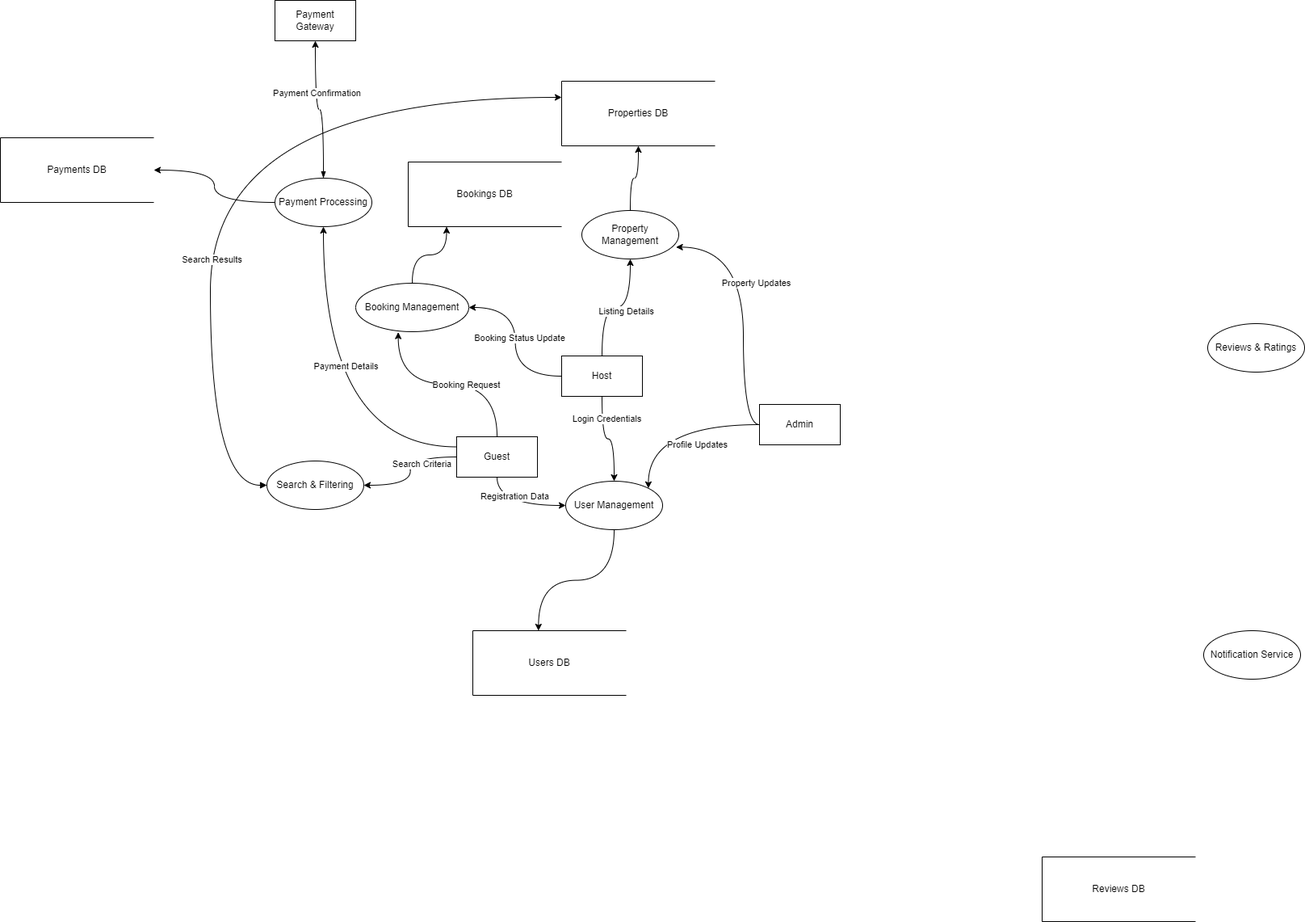
The draw.io diagram data-flow-diagram/Airbnb-Clone-Data-Flow-Diagram.drawio.png in patcreator/alx-airbnb-project-documentation, before a commit. Source tidied: cells renumbered, new cells last; positions are measured from the earlier drawing's top-left corner, leaving out a move shared by most shapes.
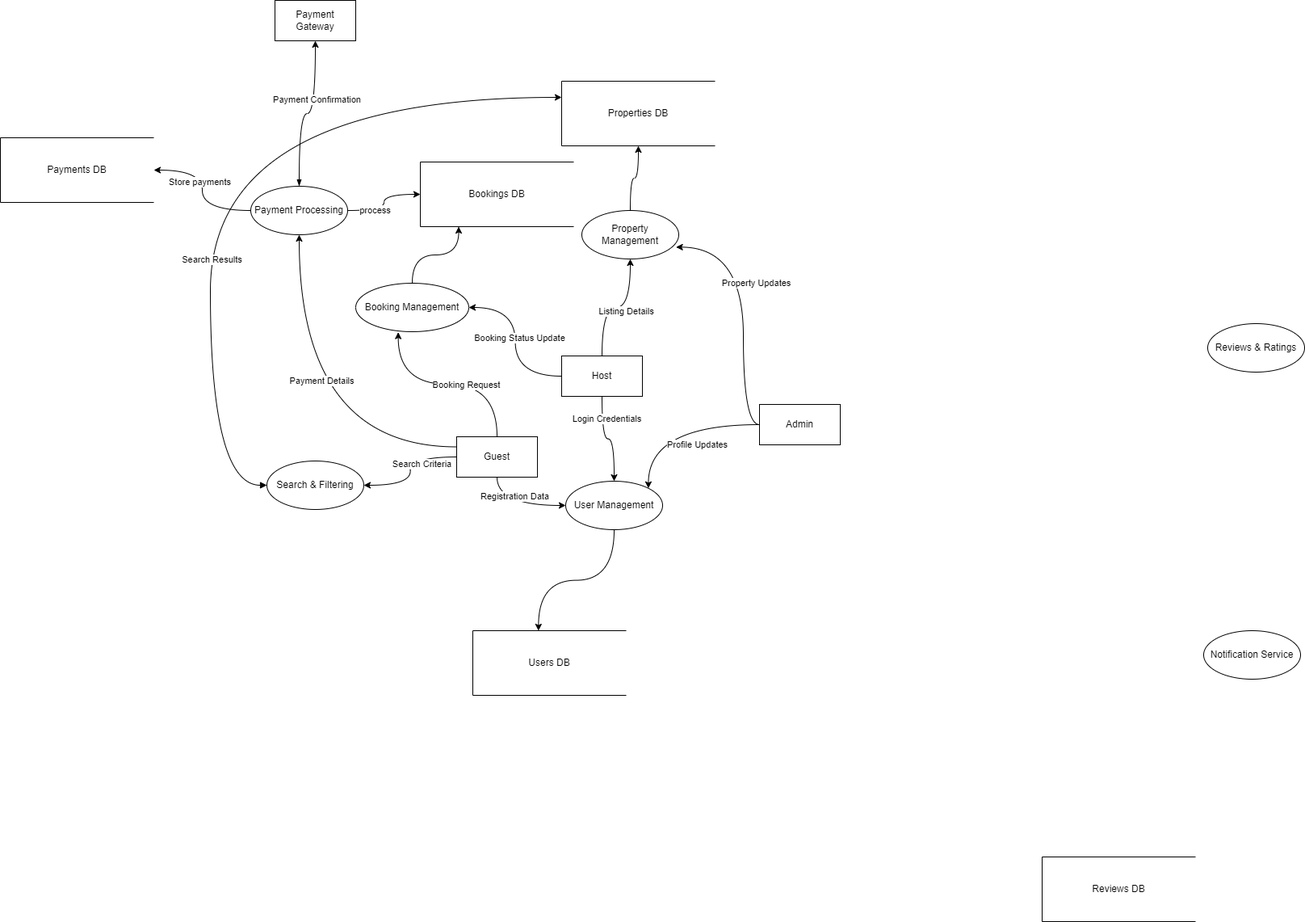
Above is the later version.

The edit, as a diff of the source:
```diff
@@ -94,8 +94,19 @@
     <mxCell id="28" style="edgeStyle=orthogonalEdgeStyle;rounded=0;jettySize=auto;html=1;exitX=0;exitY=0.5;exitDx=0;exitDy=0;entryX=1;entryY=0.5;entryDx=0;entryDy=0;curved=1;" parent="1" edge="1" source="29" target="43">
       <mxGeometry relative="1" as="geometry" />
     </mxCell>
+    <mxCell id="44" value="Store payments" style="edgeLabel;html=1;align=center;verticalAlign=middle;" parent="28" vertex="1">
+      <mxGeometry x="0.14" y="4" relative="1" as="geometry" />
+    </mxCell>
+    <mxCell id="45" style="edgeStyle=orthogonalEdgeStyle;rounded=0;jettySize=auto;html=1;exitX=1;exitY=0.5;exitDx=0;exitDy=0;curved=1;" parent="1" edge="1" source="29" target="34">
+      <mxGeometry relative="1" as="geometry" />
+    </mxCell>
+    <mxCell id="46" value="process" style="edgeLabel;html=1;align=center;verticalAlign=middle;" parent="45" vertex="1">
+      <mxGeometry x="-0.39" y="1" relative="1" as="geometry">
+        <mxPoint x="-1" as="offset" />
+      </mxGeometry>
+    </mxCell>
     <mxCell id="29" value="&lt;div&gt;Payment Processing&lt;/div&gt;" style="rounded=1;whiteSpace=wrap;html=1;shape=ellipse;perimeter=ellipsePerimeter;" parent="1" vertex="1">
-      <mxGeometry x="340" y="220" width="120" height="60" as="geometry" />
+      <mxGeometry x="310" y="230" width="120" height="60" as="geometry" />
     </mxCell>
     <mxCell id="30" value="&lt;div&gt;Reviews &amp;amp; Ratings&lt;/div&gt;" style="rounded=1;whiteSpace=wrap;html=1;shape=ellipse;perimeter=ellipsePerimeter;" parent="1" vertex="1">
       <mxGeometry x="1495" y="400" width="120" height="60" as="geometry" />
@@ -110,7 +121,7 @@
       <mxGeometry x="695" y="100" width="190" height="80" as="geometry" />
     </mxCell>
     <mxCell id="34" value="&lt;div&gt;Bookings DB&lt;/div&gt;" style="html=1;dashed=0;whiteSpace=wrap;shape=partialRectangle;right=0;" parent="1" vertex="1">
-      <mxGeometry x="505" y="200" width="190" height="80" as="geometry" />
+      <mxGeometry x="520" y="200" width="190" height="80" as="geometry" />
     </mxCell>
     <mxCell id="35" value="&lt;div&gt;Reviews DB&lt;/div&gt;" style="html=1;dashed=0;whiteSpace=wrap;shape=partialRectangle;right=0;" parent="1" vertex="1">
       <mxGeometry x="1290" y="1060" width="190" height="80" as="geometry" />
@@ -135,7 +146,7 @@
     <mxCell id="40" value="Booking Request" style="edgeLabel;html=1;align=center;verticalAlign=middle;" parent="39" vertex="1">
       <mxGeometry x="-0.17" relative="1" as="geometry" />
     </mxCell>
-    <mxCell id="41" style="edgeStyle=orthogonalEdgeStyle;rounded=0;jettySize=auto;html=1;entryX=0.5;entryY=1;entryDx=0;entryDy=0;curved=1;startArrow=blockThin;startFill=1;" parent="1" edge="1" source="29" target="19">
+    <mxCell id="41" style="edgeStyle=orthogonalEdgeStyle;rounded=0;jettySize=auto;html=1;entryX=0.5;entryY=1;entryDx=0;entryDy=0;curved=1;startArrow=blockThin;startFill=1;endArrow=classic;endFill=1;" parent="1" edge="1" source="29" target="19">
       <mxGeometry relative="1" as="geometry" />
     </mxCell>
     <mxCell id="42" value="Payment Confirmation" style="edgeLabel;html=1;align=center;verticalAlign=middle;" parent="41" vertex="1">
```
